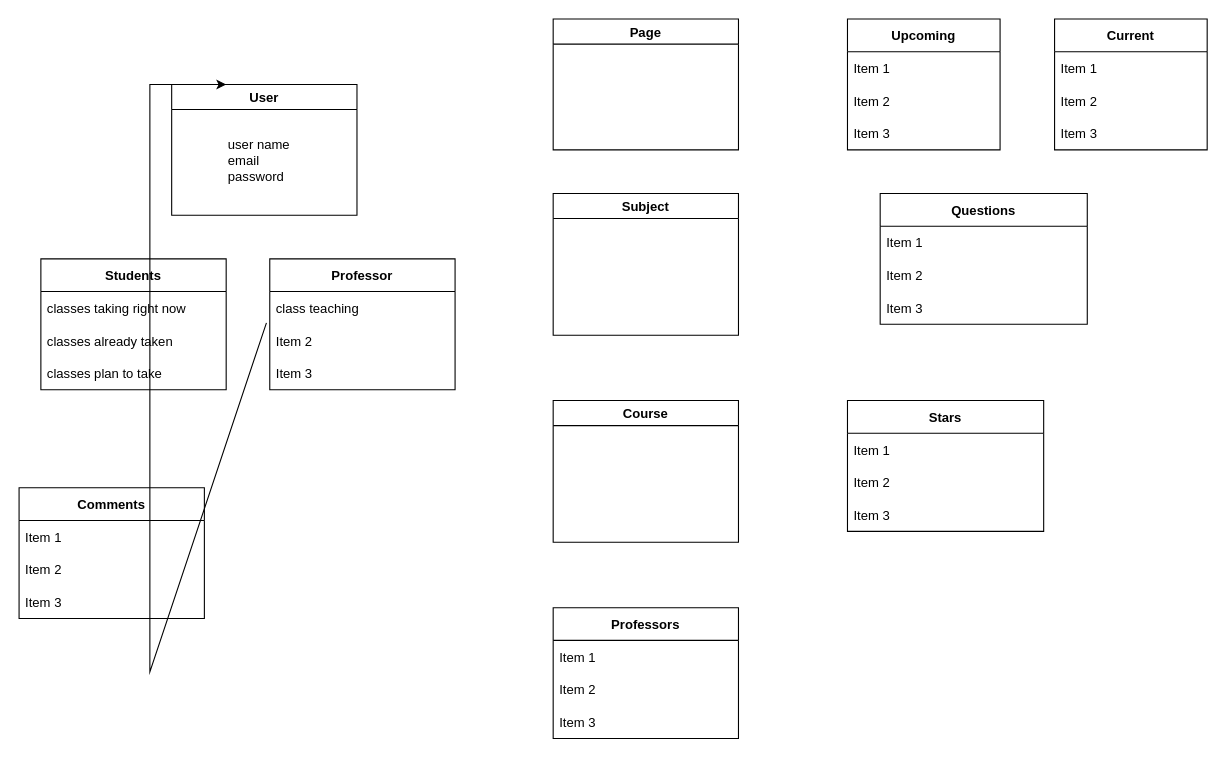
I-Dont-Want-An-F/Project keeps this draw.io diagram as Domain Model.drawio. Above is the earlier version. Source tidied: cells renumbered, new cells numbered last; positions are measured from the earlier drawing's top-left corner, leaving out a move shared by most shapes. Both pictures are drawn from the tidied source at 109%, with x=0, y=0 at pixel (19, 19).
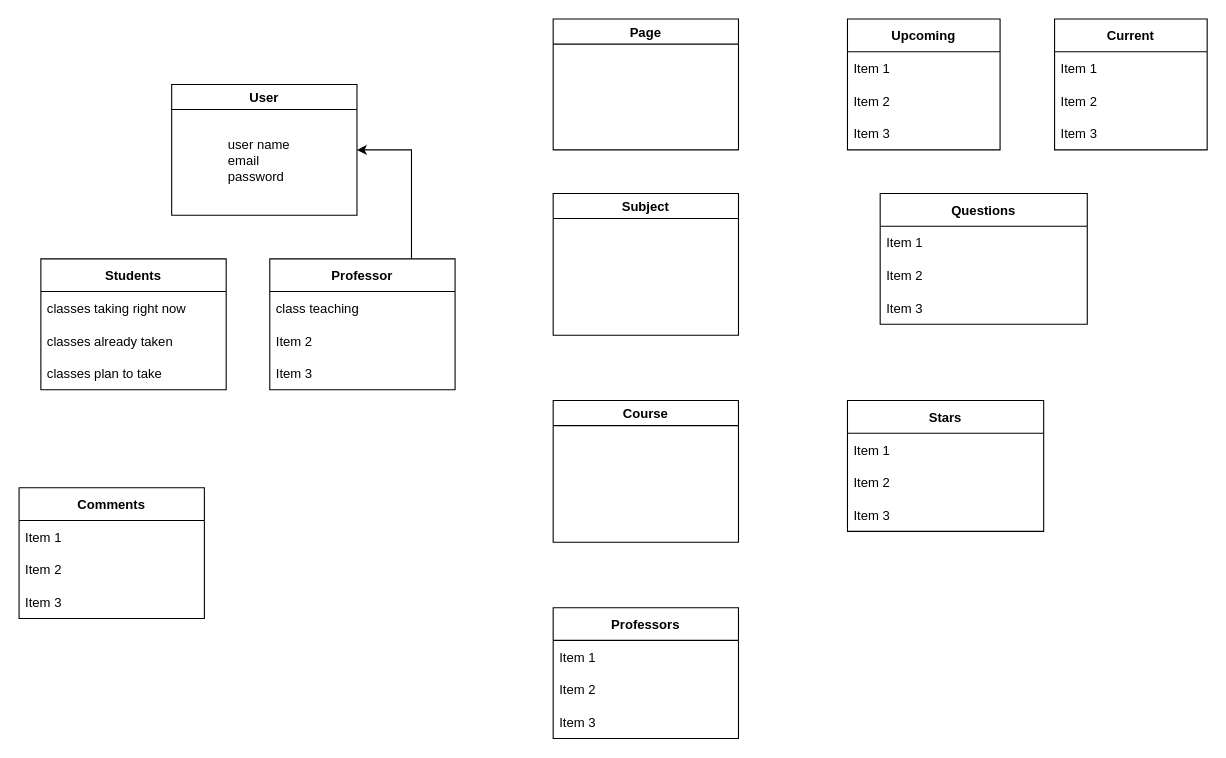
The same page after the edit.

The change refers to these unchanged cells:
```xml
<mxCell id="2" value="User" style="swimlane;" parent="1" vertex="1">
  <mxGeometry x="140" y="60" width="170" height="120" as="geometry" />
</mxCell>
<mxCell id="6" value="Item 2" style="text;strokeColor=none;fillColor=none;align=left;verticalAlign=middle;spacingLeft=4;spacingRight=4;overflow=hidden;points=[[0,0.5],[1,0.5]];portConstraint=eastwest;" parent="4" vertex="1">
  <mxGeometry y="60" width="170" height="30" as="geometry" />
</mxCell>
```

The edit, as a diff of the source:
```diff
@@
-    <mxCell id="39" style="endArrow=classic;html=1;rounded=0;exitX=-0.018;exitY=-0.045;exitDx=0;exitDy=0;exitPerimeter=0;" parent="1" edge="1" source="6">
-      <mxGeometry relative="1" as="geometry">
-        <mxPoint x="190" y="60" as="targetPoint" />
-        <Array as="points">
-          <mxPoint x="120" y="599" />
-          <mxPoint x="120" y="60" />
-        </Array>
-      </mxGeometry>
-    </mxCell>
+    <mxCell id="40" style="endArrow=classic;html=1;rounded=0;entryX=1;entryY=0.5;entryDx=0;entryDy=0;" parent="1" edge="1" target="2">
+      <mxGeometry relative="1" as="geometry">
+        <mxPoint x="360" y="220" as="sourcePoint" />
+        <Array as="points">
+          <mxPoint x="360" y="120" />
+        </Array>
+      </mxGeometry>
+    </mxCell>
```
